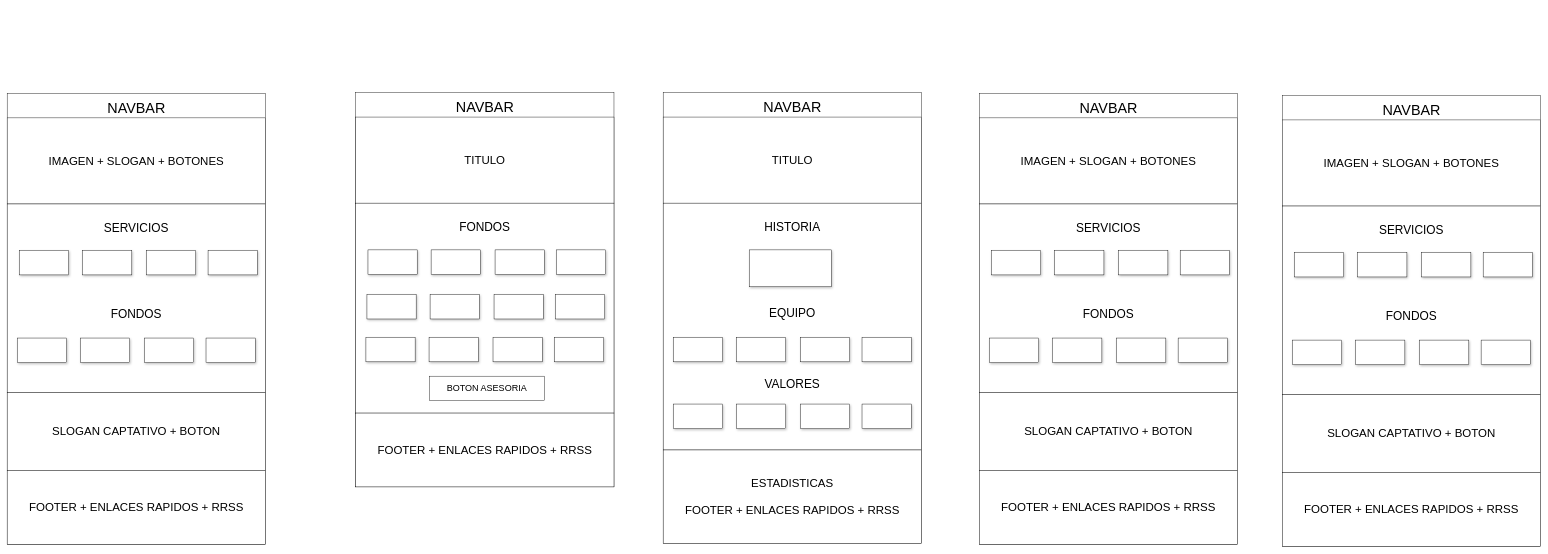
Earlier version of the draw.io diagram web/assets/wireframes/wireframes_Stockmaster.drawio (Dano913/StockMaster). Source tidied: cells renumbered, new cells numbered last; positions are measured from the earlier drawing's top-left corner, leaving out a move shared by most shapes. Both pictures are drawn from the tidied source at 41%, with x=0, y=0 at pixel (7, 92).
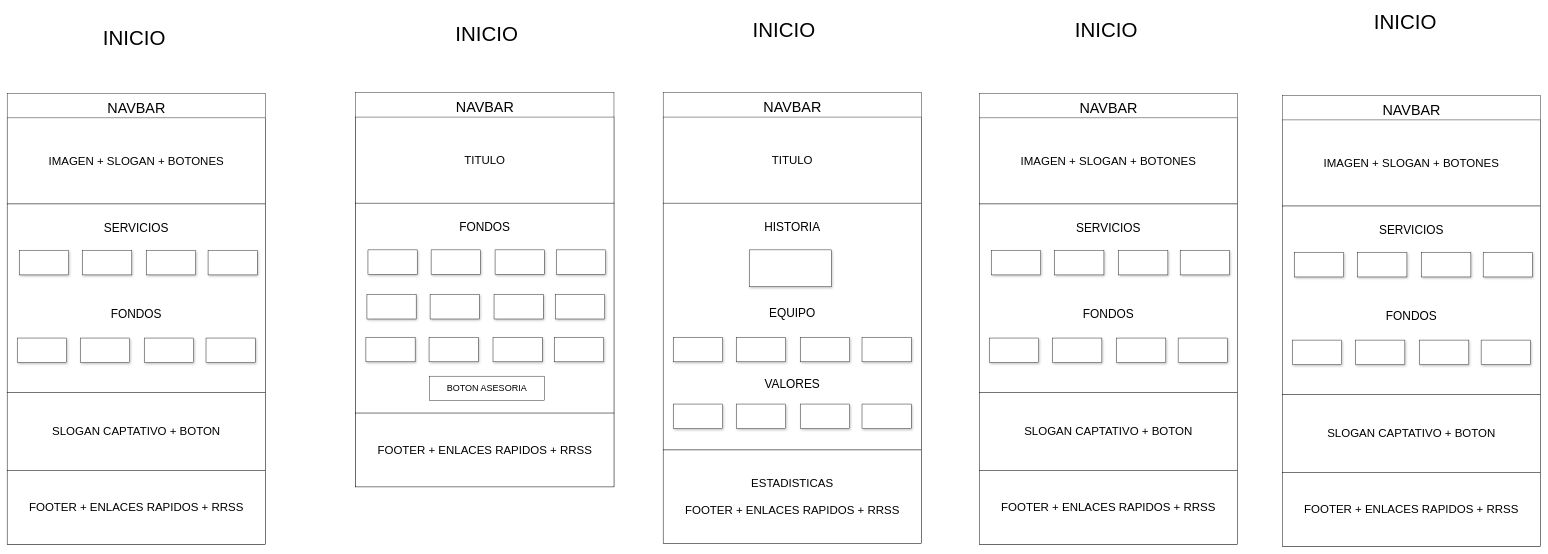
After the change.

Commit message (it also covers changes not shown here):
+ Continuacion Wireframes para landing page

Change to the diagram source:
```diff
@@
+    <mxCell id="76" value="&lt;font style=&quot;font-size: 50px;&quot;&gt;INICIO&lt;/font&gt;" style="text;html=1;whiteSpace=wrap;strokeColor=none;fillColor=none;align=center;verticalAlign=middle;rounded=0;" parent="1" vertex="1">
+      <mxGeometry x="160" y="-168" width="300" height="70" as="geometry" />
+    </mxCell>
+    <mxCell id="77" value="&lt;font style=&quot;font-size: 50px;&quot;&gt;INICIO&lt;/font&gt;" style="text;html=1;whiteSpace=wrap;strokeColor=none;fillColor=none;align=center;verticalAlign=middle;rounded=0;" parent="1" vertex="1">
+      <mxGeometry x="1020" y="-178" width="300" height="70" as="geometry" />
+    </mxCell>
+    <mxCell id="78" value="&lt;font style=&quot;font-size: 50px;&quot;&gt;INICIO&lt;/font&gt;" style="text;html=1;whiteSpace=wrap;strokeColor=none;fillColor=none;align=center;verticalAlign=middle;rounded=0;" parent="1" vertex="1">
+      <mxGeometry x="1745" y="-188" width="300" height="70" as="geometry" />
+    </mxCell>
+    <mxCell id="79" value="&lt;font style=&quot;font-size: 50px;&quot;&gt;INICIO&lt;/font&gt;" style="text;html=1;whiteSpace=wrap;strokeColor=none;fillColor=none;align=center;verticalAlign=middle;rounded=0;" parent="1" vertex="1">
+      <mxGeometry x="2531" y="-188" width="300" height="70" as="geometry" />
+    </mxCell>
+    <mxCell id="80" value="&lt;font style=&quot;font-size: 50px;&quot;&gt;INICIO&lt;/font&gt;" style="text;html=1;whiteSpace=wrap;strokeColor=none;fillColor=none;align=center;verticalAlign=middle;rounded=0;" parent="1" vertex="1">
+      <mxGeometry x="3260" y="-208" width="300" height="70" as="geometry" />
+    </mxCell>
```
